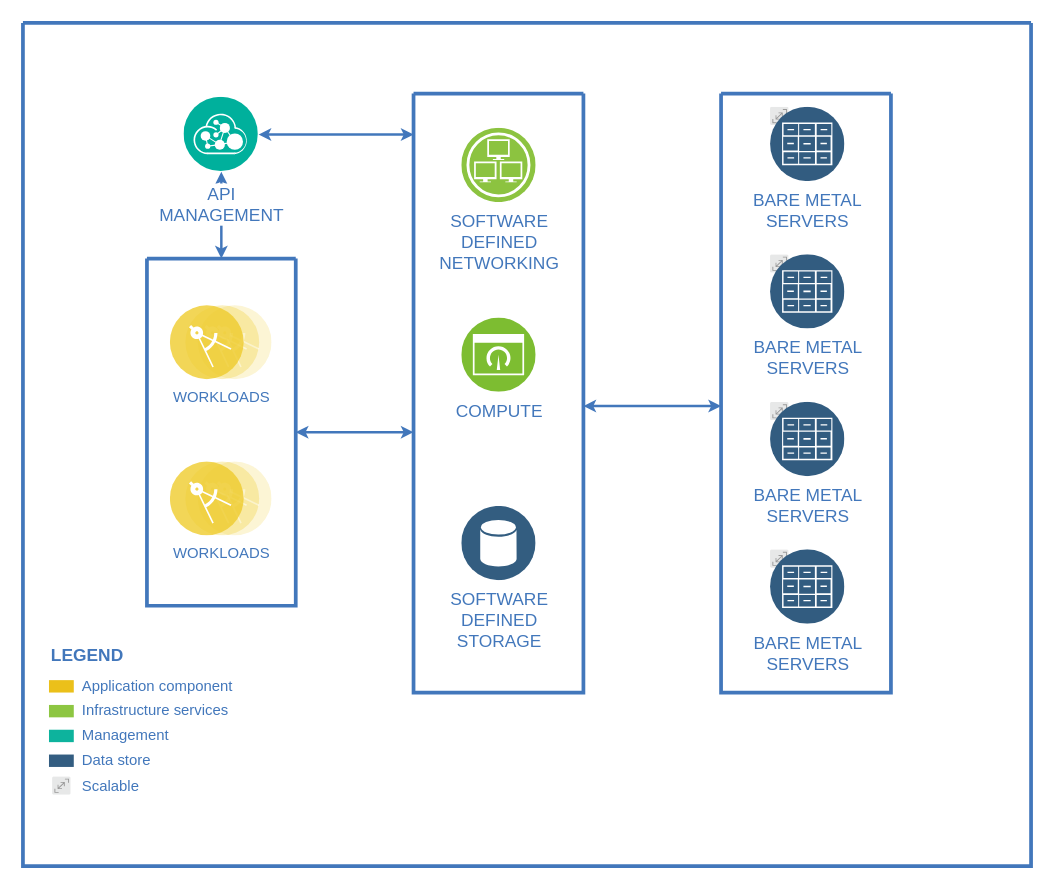
The draw.io diagram dotnetix_architecture.drawio in Raptor-Tech/Diagram, before the edit. Source tidied: cells renumbered, new cells numbered last; positions are measured from the earlier drawing's top-left corner, leaving out a move shared by most shapes. Both pictures are drawn from the tidied source at 124%, with x=0, y=0 at pixel (22, 22).
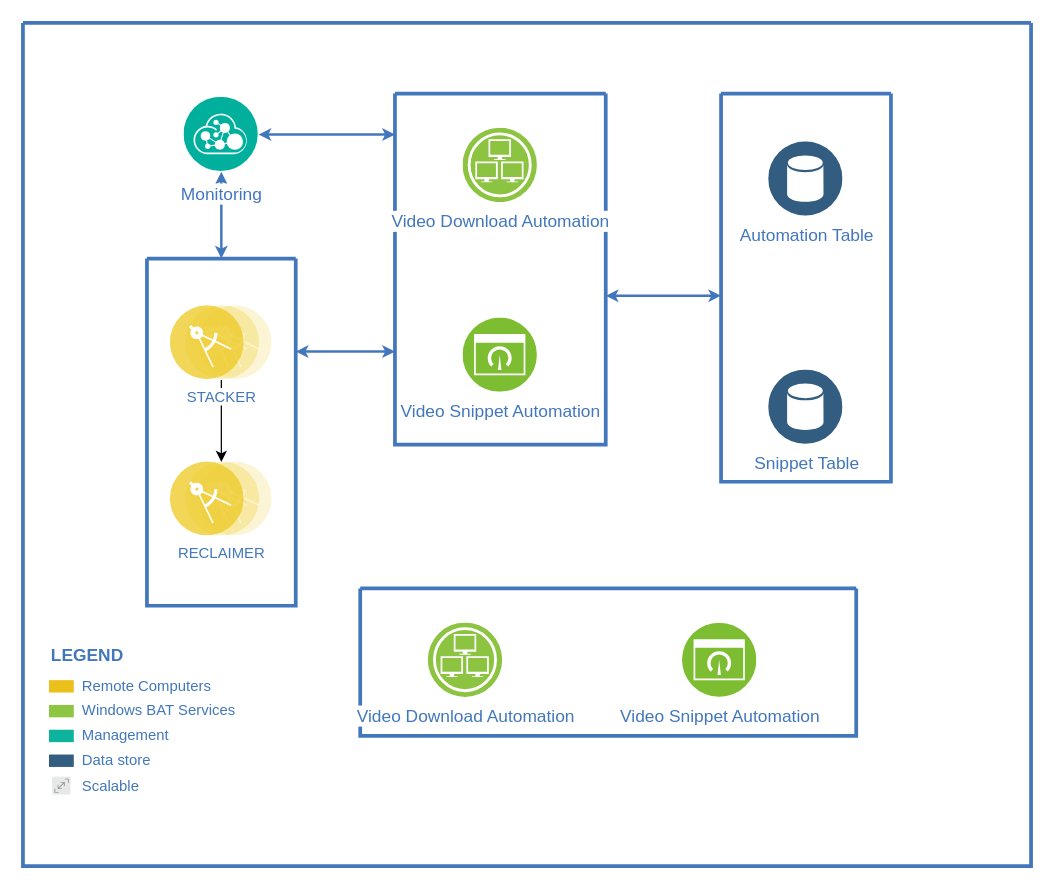
After the change.

The change refers to these unchanged cells:
```xml
<mxCell id="2" style="swimlane;shadow=0;strokeColor=#4277BB;fillColor=#ffffff;fontColor=#4277BB;align=right;startSize=0;strokeWidth=3;" parent="1" vertex="1">
  <mxGeometry width="813" height="680" as="geometry" />
</mxCell>
<mxCell id="13" style="swimlane;shadow=0;strokeColor=#4277BB;fillColor=#ffffff;fontColor=#4277BB;align=right;startSize=0;strokeWidth=3;" parent="2" vertex="1">
  <mxGeometry x="100" y="190" width="120" height="280" as="geometry" />
</mxCell>
```

Change to the diagram source:
```diff
@@
-    <mxCell id="7" value="Application component" style="rounded=0;html=1;shadow=0;labelBackgroundColor=none;strokeColor=none;strokeWidth=2;fillColor=#EBC01A;gradientColor=none;fontSize=12;fontColor=#4277BB;align=left;labelPosition=right;verticalLabelPosition=middle;verticalAlign=middle;spacingLeft=5;" parent="2" vertex="1">
+    <mxCell id="7" value="Remote Computers" style="rounded=0;html=1;shadow=0;labelBackgroundColor=none;strokeColor=none;strokeWidth=2;fillColor=#EBC01A;gradientColor=none;fontSize=12;fontColor=#4277BB;align=left;labelPosition=right;verticalLabelPosition=middle;verticalAlign=middle;spacingLeft=5;" parent="2" vertex="1">
       <mxGeometry x="21" y="530" width="20" height="10" as="geometry" />
     </mxCell>
-    <mxCell id="8" value="Infrastructure services" style="rounded=0;html=1;shadow=0;labelBackgroundColor=none;strokeColor=none;strokeWidth=2;fillColor=#8DC642;gradientColor=none;fontSize=12;fontColor=#4277BB;align=left;labelPosition=right;verticalLabelPosition=middle;verticalAlign=middle;spacingLeft=5;" parent="2" vertex="1">
+    <mxCell id="8" value="Windows BAT Services" style="rounded=0;html=1;shadow=0;labelBackgroundColor=none;strokeColor=none;strokeWidth=2;fillColor=#8DC642;gradientColor=none;fontSize=12;fontColor=#4277BB;align=left;labelPosition=right;verticalLabelPosition=middle;verticalAlign=middle;spacingLeft=5;" parent="2" vertex="1">
       <mxGeometry x="21" y="550" width="20" height="10" as="geometry" />
     </mxCell>
@@
-    <mxCell id="12" value="API&lt;div&gt;MANAGEMENT&lt;/div&gt;" style="perimeter=ellipsePerimeter;html=1;align=center;shadow=0;dashed=0;image;image=img/lib/ibm/management/api_management.svg;rounded=1;labelBackgroundColor=#ffffff;strokeColor=#666666;strokeWidth=3;fillColor=#C2952D;gradientColor=none;fontSize=14;fontColor=#4277BB;spacingTop=3;" parent="2" vertex="1">
+    <mxCell id="12" value="Monitoring" style="perimeter=ellipsePerimeter;html=1;align=center;shadow=0;dashed=0;image;image=img/lib/ibm/management/api_management.svg;rounded=1;labelBackgroundColor=#ffffff;strokeColor=#666666;strokeWidth=3;fillColor=#C2952D;gradientColor=none;fontSize=14;fontColor=#4277BB;spacingTop=3;" parent="2" vertex="1">
       <mxGeometry x="130" y="60" width="60" height="60" as="geometry" />
     </mxCell>
@@
+    <mxCell id="34" style="edgeStyle=orthogonalEdgeStyle;rounded=0;jettySize=auto;html=1;" parent="13" edge="1" source="14" target="15">
+      <mxGeometry relative="1" as="geometry" />
+    </mxCell>
-    <mxCell id="14" value="WORKLOADS" style="perimeter=ellipsePerimeter;html=1;align=center;shadow=0;dashed=0;image;image=img/lib/ibm/applications/microservice.svg;labelBackgroundColor=#ffffff;strokeColor=#666666;strokeWidth=3;fillColor=#C2952D;gradientColor=none;fontSize=12;fontColor=#4277BB;" parent="13" vertex="1">
+    <mxCell id="14" value="STACKER" style="perimeter=ellipsePerimeter;html=1;align=center;shadow=0;dashed=0;image;image=img/lib/ibm/applications/microservice.svg;labelBackgroundColor=#ffffff;strokeColor=#666666;strokeWidth=3;fillColor=#C2952D;gradientColor=none;fontSize=12;fontColor=#4277BB;" parent="13" vertex="1">
       <mxGeometry x="19" y="38" width="82" height="60" as="geometry" />
     </mxCell>
-    <mxCell id="15" value="WORKLOADS" style="perimeter=ellipsePerimeter;html=1;align=center;shadow=0;dashed=0;image;image=img/lib/ibm/applications/microservice.svg;labelBackgroundColor=#ffffff;strokeColor=#666666;strokeWidth=3;fillColor=#C2952D;gradientColor=none;fontSize=12;fontColor=#4277BB;" parent="13" vertex="1">
+    <mxCell id="15" value="RECLAIMER" style="perimeter=ellipsePerimeter;html=1;align=center;shadow=0;dashed=0;image;image=img/lib/ibm/applications/microservice.svg;labelBackgroundColor=#ffffff;strokeColor=#666666;strokeWidth=3;fillColor=#C2952D;gradientColor=none;fontSize=12;fontColor=#4277BB;" parent="13" vertex="1">
       <mxGeometry x="19" y="164" width="82" height="60" as="geometry" />
     </mxCell>
     <mxCell id="16" style="swimlane;shadow=0;strokeColor=#4277BB;fillColor=#ffffff;fontColor=#4277BB;align=right;startSize=0;strokeWidth=3;" parent="2" vertex="1">
-      <mxGeometry x="315" y="57" width="137" height="483" as="geometry" />
+      <mxGeometry x="300" y="57" width="170" height="283" as="geometry" />
     </mxCell>
-    <mxCell id="17" value="SOFTWARE&lt;div&gt;DEFINED&lt;/div&gt;&lt;div&gt;NETWORKING&lt;/div&gt;" style="perimeter=ellipsePerimeter;html=1;align=center;shadow=0;dashed=0;image;image=img/lib/ibm/infrastructure/infrastructure_services.svg;rounded=1;labelBackgroundColor=#ffffff;strokeColor=#666666;strokeWidth=3;fillColor=#C2952D;gradientColor=none;fontSize=14;fontColor=#4277BB;" parent="16" vertex="1">
-      <mxGeometry x="39" y="28" width="60" height="60" as="geometry" />
+    <mxCell id="17" value="Video Download Automation" style="perimeter=ellipsePerimeter;html=1;align=center;shadow=0;dashed=0;image;image=img/lib/ibm/infrastructure/infrastructure_services.svg;rounded=1;labelBackgroundColor=#ffffff;strokeColor=#666666;strokeWidth=3;fillColor=#C2952D;gradientColor=none;fontSize=14;fontColor=#4277BB;" parent="16" vertex="1">
+      <mxGeometry x="55" y="28" width="60" height="60" as="geometry" />
     </mxCell>
-    <mxCell id="18" value="COMPUTE" style="perimeter=ellipsePerimeter;html=1;align=center;shadow=0;dashed=0;image;image=img/lib/ibm/infrastructure/dashboard.svg;rounded=1;labelBackgroundColor=#ffffff;strokeColor=#666666;strokeWidth=3;fillColor=#C2952D;gradientColor=none;fontSize=14;fontColor=#4277BB;" parent="16" vertex="1">
-      <mxGeometry x="39" y="181" width="60" height="60" as="geometry" />
+    <mxCell id="18" value="Video Snippet Automation" style="perimeter=ellipsePerimeter;html=1;align=center;shadow=0;dashed=0;image;image=img/lib/ibm/infrastructure/dashboard.svg;rounded=1;labelBackgroundColor=#ffffff;strokeColor=#666666;strokeWidth=3;fillColor=#C2952D;gradientColor=none;fontSize=14;fontColor=#4277BB;" parent="16" vertex="1">
+      <mxGeometry x="55" y="181" width="60" height="60" as="geometry" />
     </mxCell>
-    <mxCell id="19" value="SOFTWARE&lt;div&gt;DEFINED&lt;/div&gt;&lt;div&gt;STORAGE&lt;/div&gt;" style="perimeter=ellipsePerimeter;html=1;align=center;shadow=0;dashed=0;image;image=img/lib/ibm/data/data_services.svg;rounded=1;labelBackgroundColor=#ffffff;strokeColor=#666666;strokeWidth=3;fillColor=#C2952D;gradientColor=none;fontSize=14;fontColor=#4277BB;" parent="16" vertex="1">
-      <mxGeometry x="39" y="333" width="60" height="60" as="geometry" />
-    </mxCell>
     <mxCell id="20" style="swimlane;shadow=0;strokeColor=#4277BB;fillColor=#ffffff;fontColor=#4277BB;align=right;startSize=0;strokeWidth=3;" parent="2" vertex="1">
-      <mxGeometry x="563" y="57" width="137" height="483" as="geometry" />
+      <mxGeometry x="563" y="57" width="137" height="313" as="geometry" />
     </mxCell>
-    <mxCell id="21" value="BARE METAL&#10;SERVERS" style="group;fontSize=14;fontColor=#4277BB;labelPosition=center;verticalLabelPosition=bottom;align=center;verticalAlign=top;labelBackgroundColor=#ffffff;" parent="20" vertex="1">
-      <mxGeometry x="40" y="11" width="60" height="60" as="geometry" />
-    </mxCell>
-    <mxCell id="22" style="perimeter=ellipsePerimeter;html=1;align=center;shadow=0;dashed=0;image;image=img/lib/ibm/miscellaneous/scalable.svg;rounded=1;labelBackgroundColor=none;strokeColor=#666666;strokeWidth=3;fillColor=#C2952D;gradientColor=none;fontSize=14;fontColor=#4277BB;" parent="21" vertex="1">
-      <mxGeometry width="15" height="15" as="geometry" />
-    </mxCell>
-    <mxCell id="23" style="perimeter=ellipsePerimeter;html=1;align=center;shadow=0;dashed=0;image;image=img/lib/ibm/data/file_repository.svg;rounded=1;labelBackgroundColor=none;strokeColor=#666666;strokeWidth=3;fillColor=#C2952D;gradientColor=none;fontSize=14;fontColor=#4277BB;" parent="21" vertex="1">
-      <mxGeometry width="60" height="60" as="geometry" />
-    </mxCell>
-    <mxCell id="24" style="group;fontSize=14;fontColor=#4277BB;labelBackgroundColor=#ffffff;" parent="20" vertex="1">
-      <mxGeometry x="40" y="130" width="60" height="60" as="geometry" />
-    </mxCell>
-    <mxCell id="25" style="perimeter=ellipsePerimeter;html=1;align=center;shadow=0;dashed=0;image;image=img/lib/ibm/miscellaneous/scalable.svg;rounded=1;labelBackgroundColor=none;strokeColor=#666666;strokeWidth=3;fillColor=#C2952D;gradientColor=none;fontSize=14;fontColor=#4277BB;" parent="24" vertex="1">
-      <mxGeometry width="15" height="15" as="geometry" />
-    </mxCell>
-    <mxCell id="26" value="BARE METAL&lt;br&gt;SERVERS" style="perimeter=ellipsePerimeter;html=1;align=center;shadow=0;dashed=0;image;image=img/lib/ibm/data/file_repository.svg;rounded=1;labelBackgroundColor=none;strokeColor=#666666;strokeWidth=3;fillColor=#C2952D;gradientColor=none;fontSize=14;fontColor=#4277BB;" parent="24" vertex="1">
-      <mxGeometry width="60" height="60" as="geometry" />
-    </mxCell>
-    <mxCell id="27" style="group;fontSize=14;fontColor=#4277BB;labelBackgroundColor=#ffffff;" parent="20" vertex="1">
-      <mxGeometry x="40" y="249" width="60" height="60" as="geometry" />
-    </mxCell>
-    <mxCell id="28" style="perimeter=ellipsePerimeter;html=1;align=center;shadow=0;dashed=0;image;image=img/lib/ibm/miscellaneous/scalable.svg;rounded=1;labelBackgroundColor=none;strokeColor=#666666;strokeWidth=3;fillColor=#C2952D;gradientColor=none;fontSize=14;fontColor=#4277BB;" parent="27" vertex="1">
-      <mxGeometry width="15" height="15" as="geometry" />
-    </mxCell>
-    <mxCell id="29" value="BARE METAL&lt;br&gt;SERVERS" style="perimeter=ellipsePerimeter;html=1;align=center;shadow=0;dashed=0;image;image=img/lib/ibm/data/file_repository.svg;rounded=1;labelBackgroundColor=none;strokeColor=#666666;strokeWidth=3;fillColor=#C2952D;gradientColor=none;fontSize=14;fontColor=#4277BB;" parent="27" vertex="1">
-      <mxGeometry width="60" height="60" as="geometry" />
-    </mxCell>
-    <mxCell id="30" style="group;fontSize=14;fontColor=#4277BB;labelBackgroundColor=#ffffff;" parent="20" vertex="1">
-      <mxGeometry x="40" y="368" width="60" height="60" as="geometry" />
-    </mxCell>
-    <mxCell id="31" style="perimeter=ellipsePerimeter;html=1;align=center;shadow=0;dashed=0;image;image=img/lib/ibm/miscellaneous/scalable.svg;rounded=1;labelBackgroundColor=none;strokeColor=#666666;strokeWidth=3;fillColor=#C2952D;gradientColor=none;fontSize=14;fontColor=#4277BB;" parent="30" vertex="1">
-      <mxGeometry width="15" height="15" as="geometry" />
-    </mxCell>
-    <mxCell id="32" value="BARE METAL&lt;br&gt;SERVERS" style="perimeter=ellipsePerimeter;html=1;align=center;shadow=0;dashed=0;image;image=img/lib/ibm/data/file_repository.svg;rounded=1;labelBackgroundColor=none;strokeColor=#666666;strokeWidth=3;fillColor=#C2952D;gradientColor=none;fontSize=14;fontColor=#4277BB;" parent="30" vertex="1">
-      <mxGeometry width="60" height="60" as="geometry" />
-    </mxCell>
+    <mxCell id="35" value="Automation Table" style="perimeter=ellipsePerimeter;html=1;align=center;shadow=0;dashed=0;image;image=img/lib/ibm/data/data_services.svg;rounded=1;labelBackgroundColor=#ffffff;strokeColor=#666666;strokeWidth=3;fillColor=#C2952D;gradientColor=none;fontSize=14;fontColor=#4277BB;" parent="20" vertex="1">
+      <mxGeometry x="38.5" y="39" width="60" height="60" as="geometry" />
+    </mxCell>
+    <mxCell id="36" value="Snippet Table" style="perimeter=ellipsePerimeter;html=1;align=center;shadow=0;dashed=0;image;image=img/lib/ibm/data/data_services.svg;rounded=1;labelBackgroundColor=#ffffff;strokeColor=#666666;strokeWidth=3;fillColor=#C2952D;gradientColor=none;fontSize=14;fontColor=#4277BB;" parent="20" vertex="1">
+      <mxGeometry x="38.5" y="223" width="60" height="60" as="geometry" />
+    </mxCell>
@@
+    <mxCell id="37" style="swimlane;shadow=0;strokeColor=#4277BB;fillColor=#ffffff;fontColor=#4277BB;align=right;startSize=0;strokeWidth=3;" parent="2" vertex="1">
+      <mxGeometry x="272" y="456" width="400" height="119" as="geometry" />
+    </mxCell>
+    <mxCell id="38" value="Video Download Automation" style="perimeter=ellipsePerimeter;html=1;align=center;shadow=0;dashed=0;image;image=img/lib/ibm/infrastructure/infrastructure_services.svg;rounded=1;labelBackgroundColor=#ffffff;strokeColor=#666666;strokeWidth=3;fillColor=#C2952D;gradientColor=none;fontSize=14;fontColor=#4277BB;" parent="37" vertex="1">
+      <mxGeometry x="55" y="28" width="60" height="60" as="geometry" />
+    </mxCell>
+    <mxCell id="39" value="Video Snippet Automation" style="perimeter=ellipsePerimeter;html=1;align=center;shadow=0;dashed=0;image;image=img/lib/ibm/infrastructure/dashboard.svg;rounded=1;labelBackgroundColor=#ffffff;strokeColor=#666666;strokeWidth=3;fillColor=#C2952D;gradientColor=none;fontSize=14;fontColor=#4277BB;" parent="37" vertex="1">
+      <mxGeometry x="260" y="28" width="60" height="60" as="geometry" />
+    </mxCell>
```
